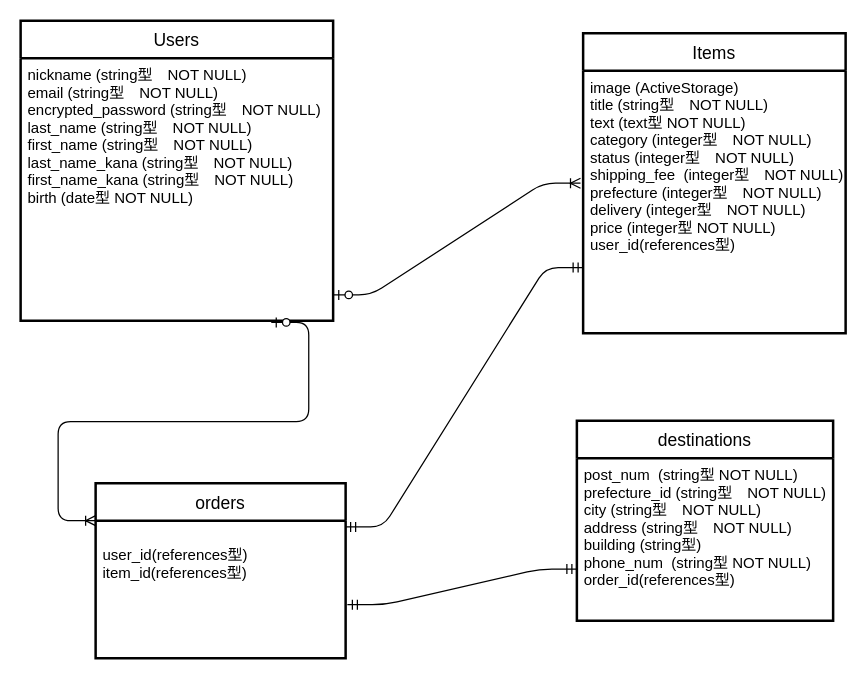
The draw.io diagram furima.dio in shunsaku0621/furima-35691, before the edit. Source tidied: cells renumbered, new cells numbered last; positions are measured from the earlier drawing's top-left corner, leaving out a move shared by most shapes. Both pictures are drawn from the tidied source at 125%, with x=0, y=0 at pixel (20, 20).
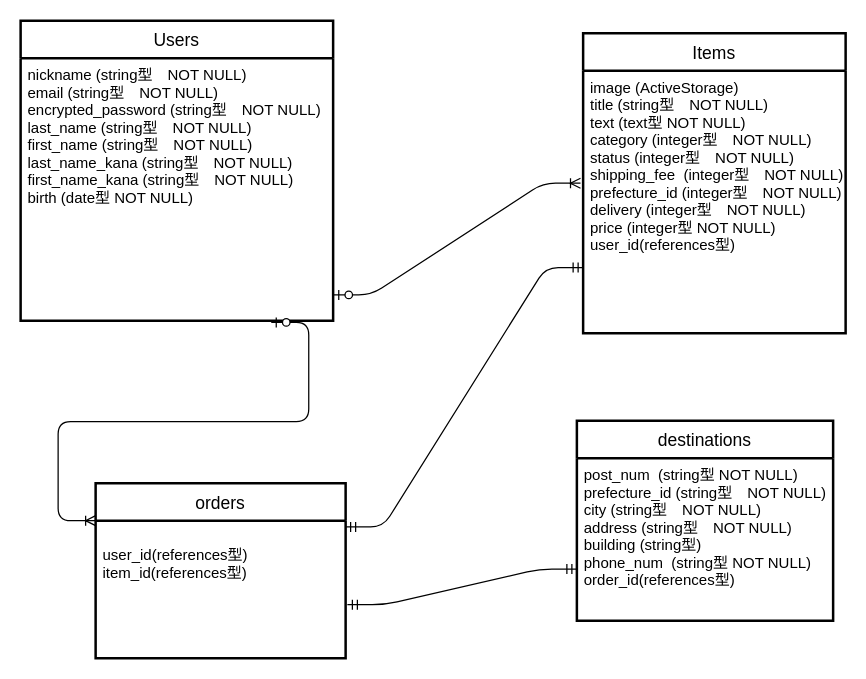
The same page after the edit.

Commit message (it also covers changes not shown here):
er図とREADMEの修正３

The edit, as a diff of the source:
```diff
@@
 <mxGraphModel>
   <root>
     <mxCell id="0" />
     <mxCell id="1" parent="0" />
     <mxCell id="2" value="orders" style="swimlane;horizontal=1;startSize=30;fontSize=14;fontStyle=0;strokeWidth=2;shadow=0;dashed=0;align=center;" parent="1" vertex="1">
       <mxGeometry x="60" y="370" width="200" height="140" as="geometry" />
     </mxCell>
     <mxCell id="3" value="&#10;user_id(references型)&#10;item_id(references型)" style="align=left;strokeColor=none;fillColor=none;spacingLeft=4;fontSize=12;verticalAlign=top;" parent="2" vertex="1">
       <mxGeometry y="30" width="200" height="110" as="geometry" />
     </mxCell>
     <mxCell id="4" value="Items" style="swimlane;horizontal=1;startSize=30;fontSize=14;fontStyle=0;strokeWidth=2;shadow=0;dashed=0;align=center;" parent="1" vertex="1">
       <mxGeometry x="450" y="10" width="210" height="240" as="geometry" />
     </mxCell>
-    <mxCell id="5" value="image (ActiveStorage)&#10;title (string型　NOT NULL)&#10;text (text型 NOT NULL)&#10;category (integer型　NOT NULL)&#10;status (integer型　NOT NULL)&#10;shipping_fee  (integer型　NOT NULL)&#10;prefecture (integer型　NOT NULL)&#10;delivery (integer型　NOT NULL)&#10;price (integer型 NOT NULL)&#10;user_id(references型)" style="align=left;strokeColor=none;fillColor=none;spacingLeft=4;fontSize=12;verticalAlign=top;" parent="4" vertex="1">
+    <mxCell id="5" value="image (ActiveStorage)&#10;title (string型　NOT NULL)&#10;text (text型 NOT NULL)&#10;category (integer型　NOT NULL)&#10;status (integer型　NOT NULL)&#10;shipping_fee  (integer型　NOT NULL)&#10;prefecture_id (integer型　NOT NULL)&#10;delivery (integer型　NOT NULL)&#10;price (integer型 NOT NULL)&#10;user_id(references型)" style="align=left;strokeColor=none;fillColor=none;spacingLeft=4;fontSize=12;verticalAlign=top;" parent="4" vertex="1">
       <mxGeometry y="30" width="210" height="210" as="geometry" />
     </mxCell>
     <mxCell id="6" value="destinations" style="swimlane;horizontal=1;startSize=30;fontSize=14;fontStyle=0;strokeWidth=2;shadow=0;dashed=0;align=center;" parent="1" vertex="1">
       <mxGeometry x="445" y="320" width="205" height="160" as="geometry" />
     </mxCell>
     <mxCell id="7" value="post_num  (string型 NOT NULL)&#10;prefecture_id (string型　NOT NULL)&#10;city (string型　NOT NULL)&#10;address (string型　NOT NULL)&#10;building (string型)&#10;phone_num  (string型 NOT NULL)&#10;order_id(references型)&#10;" style="align=left;strokeColor=none;fillColor=none;spacingLeft=4;fontSize=12;verticalAlign=top;" parent="6" vertex="1">
       <mxGeometry y="30" width="205" height="130" as="geometry" />
     </mxCell>
     <mxCell id="8" style="edgeStyle=entityRelationEdgeStyle;fontSize=13;html=1;endArrow=ERoneToMany;startArrow=ERzeroToOne;exitX=1.002;exitY=0.902;exitDx=0;exitDy=0;exitPerimeter=0;entryX=-0.01;entryY=0.429;entryDx=0;entryDy=0;entryPerimeter=0;" parent="1" edge="1" source="10" target="5">
       <mxGeometry relative="1" as="geometry" />
     </mxCell>
     <mxCell id="9" value="Users" style="swimlane;horizontal=1;startSize=30;fontSize=14;fontStyle=0;strokeWidth=2;shadow=0;dashed=0;align=center;" parent="1" vertex="1">
       <mxGeometry width="250" height="240" as="geometry" />
     </mxCell>
     <mxCell id="10" value="nickname (string型　NOT NULL)&#10;email (string型　NOT NULL)&#10;encrypted_password (string型　NOT NULL)&#10;last_name (string型　NOT NULL)&#10;first_name (string型　NOT NULL)&#10;last_name_kana (string型　NOT NULL)&#10;first_name_kana (string型　NOT NULL)&#10;birth (date型 NOT NULL)" style="align=left;strokeColor=none;fillColor=none;spacingLeft=4;fontSize=12;verticalAlign=top;" parent="9" vertex="1">
       <mxGeometry y="30" width="250" height="210" as="geometry" />
     </mxCell>
     <mxCell id="11" style="edgeStyle=entityRelationEdgeStyle;fontSize=12;html=1;endArrow=ERoneToMany;startArrow=ERzeroToOne;exitX=0.802;exitY=1.007;exitDx=0;exitDy=0;exitPerimeter=0;" parent="1" edge="1" source="10">
       <mxGeometry relative="1" as="geometry">
         <mxPoint x="60" y="400" as="targetPoint" />
       </mxGeometry>
     </mxCell>
     <mxCell id="12" style="edgeStyle=entityRelationEdgeStyle;fontSize=12;html=1;endArrow=ERmandOne;startArrow=ERmandOne;exitX=1.007;exitY=0.611;exitDx=0;exitDy=0;exitPerimeter=0;entryX=0;entryY=0.683;entryDx=0;entryDy=0;entryPerimeter=0;" parent="1" edge="1" source="3" target="7">
       <mxGeometry relative="1" as="geometry" />
     </mxCell>
     <mxCell id="13" style="edgeStyle=entityRelationEdgeStyle;fontSize=12;html=1;endArrow=ERmandOne;startArrow=ERmandOne;exitX=1;exitY=0.25;exitDx=0;exitDy=0;entryX=0;entryY=0.75;entryDx=0;entryDy=0;" parent="1" edge="1" source="2" target="5">
       <mxGeometry relative="1" as="geometry" />
     </mxCell>
   </root>
 </mxGraphModel>
```
